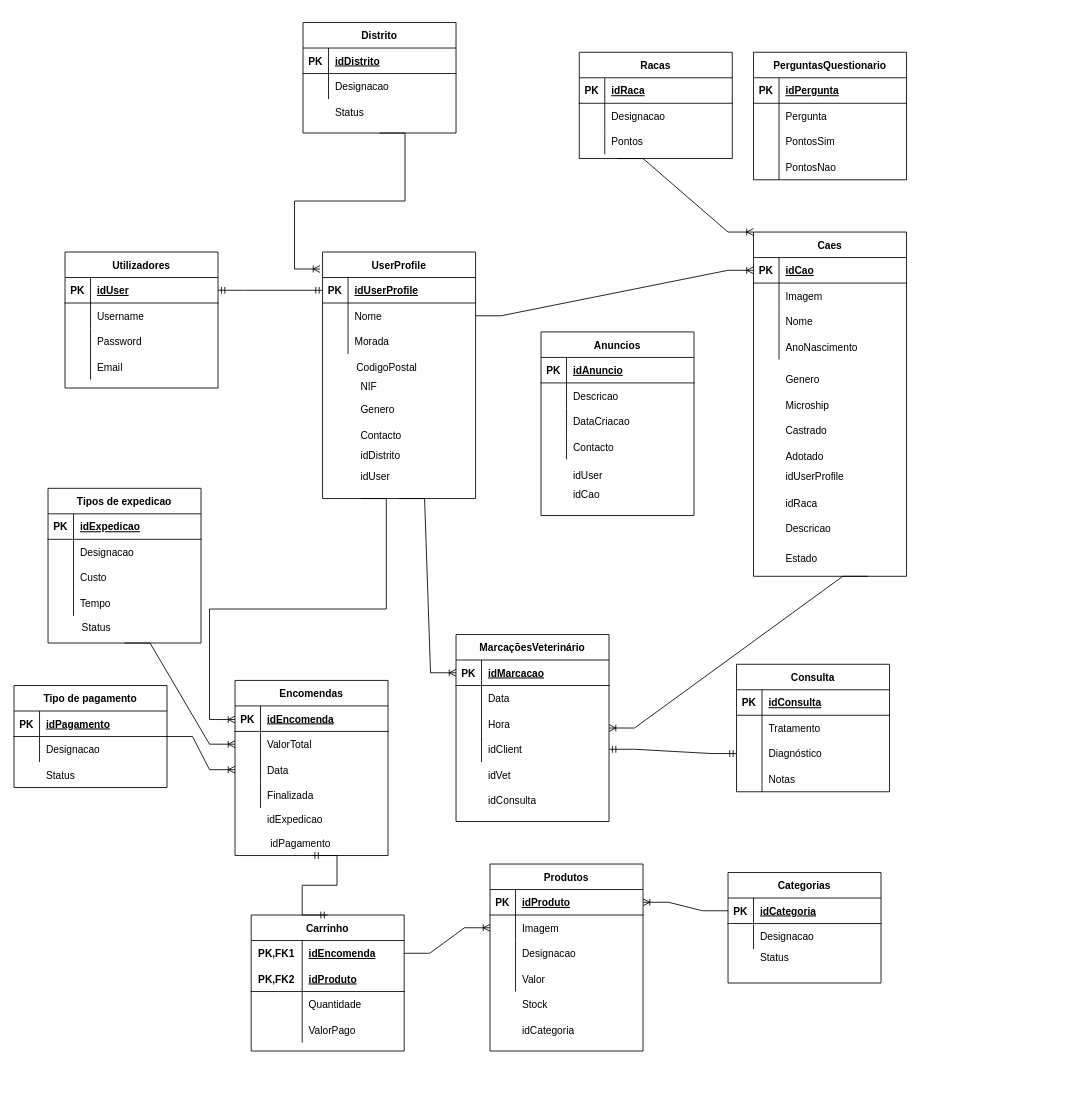
This is Diagramas/Diagrama de classes.drawio from 2201120/Projeto-SI, a draw.io file, before an edit. Source tidied: cells renumbered, new cells numbered last; positions are measured from the earlier drawing's top-left corner, leaving out a move shared by most shapes. Both pictures are drawn from the tidied source at 85%, with x=0, y=0 at pixel (14, 22).
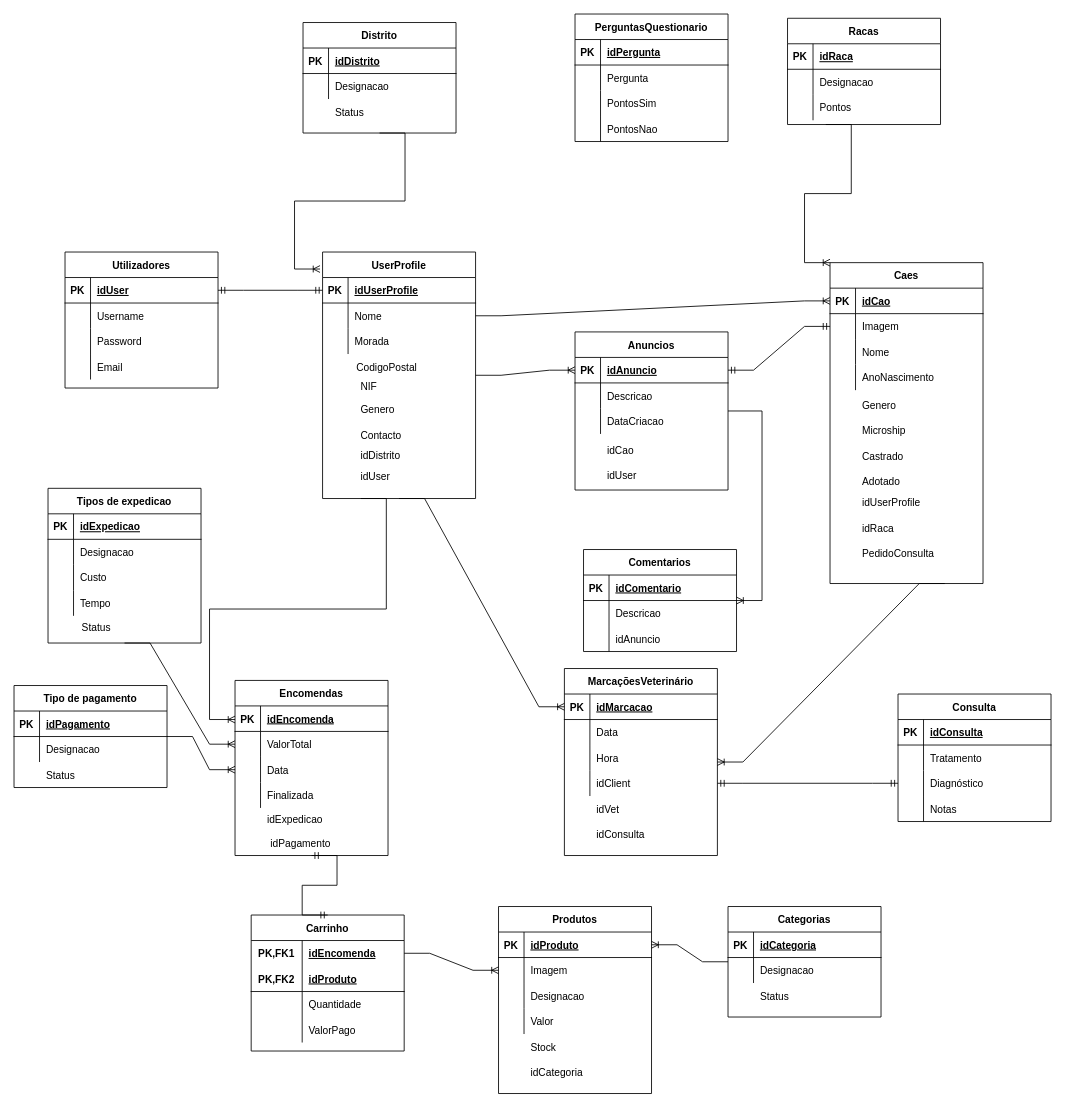
Above is the later version.

The change refers to these unchanged cells:
```xml
<mxCell id="15" value="UserProfile" style="shape=table;startSize=30;childLayout=tableLayout;rowLines=0;fontStyle=1;align=center;strokeWidth=1;perimeterSpacing=0;" parent="1" vertex="1">
  <mxGeometry x="363" y="270" width="180" height="290" as="geometry" />
</mxCell>
<mxCell id="37" style="shape=tableRow;horizontal=0;startSize=0;swimlaneHead=0;swimlaneBody=0;fillColor=none;points=[[0,0.5],[1,0.5]];portConstraint=eastwest;top=0;left=0;right=0;bottom=0;strokeWidth=1;" parent="33" vertex="1">
  <mxGeometry y="60" width="180" height="30" as="geometry" />
</mxCell>
<mxCell id="122" style="shape=tableRow;horizontal=0;startSize=0;swimlaneHead=0;swimlaneBody=0;fillColor=none;points=[[0,0.5],[1,0.5]];portConstraint=eastwest;top=0;left=0;right=0;bottom=1;" parent="121" vertex="1">
  <mxGeometry y="30" width="180" height="30" as="geometry" />
</mxCell>
<mxCell id="137" style="shape=tableRow;horizontal=0;startSize=0;swimlaneHead=0;swimlaneBody=0;fillColor=none;points=[[0,0.5],[1,0.5]];portConstraint=eastwest;top=0;left=0;right=0;bottom=1;" parent="136" vertex="1">
  <mxGeometry y="30" width="180" height="30" as="geometry" />
</mxCell>
<mxCell id="216" style="shape=tableRow;horizontal=0;startSize=0;swimlaneHead=0;swimlaneBody=0;fillColor=none;points=[[0,0.5],[1,0.5]];portConstraint=eastwest;top=0;left=0;right=0;bottom=1;" parent="215" vertex="1">
  <mxGeometry y="30" width="180" height="30" as="geometry" />
</mxCell>
```

What changed in the source:
```diff
@@
     <mxCell id="33" value="Caes" style="shape=table;startSize=30;childLayout=tableLayout;rowLines=0;fontStyle=1;align=center;strokeWidth=1;" parent="1" vertex="1">
-      <mxGeometry x="870" y="246.5" width="180" height="405" as="geometry" />
+      <mxGeometry x="960" y="282.5" width="180" height="377.5" as="geometry" />
     </mxCell>
@@
     <mxCell id="46" style="shape=tableRow;horizontal=0;startSize=0;swimlaneHead=0;swimlaneBody=0;fillColor=none;top=0;left=0;right=0;bottom=0;strokeWidth=1;" parent="1" vertex="1">
-      <mxGeometry x="870" y="405" width="180" height="30" as="geometry" />
+      <mxGeometry x="960" y="435" width="180" height="30" as="geometry" />
     </mxCell>
@@
     <mxCell id="48" value="idRaca" style="shape=partialRectangle;fillColor=none;top=0;left=0;bottom=0;right=0;align=left;spacingLeft=6;overflow=hidden;strokeWidth=1;" parent="1" vertex="1">
-      <mxGeometry x="900" y="550" width="150" height="30" as="geometry" />
+      <mxGeometry x="990" y="580" width="150" height="30" as="geometry" />
     </mxCell>
     <mxCell id="49" value="idUserProfile" style="shape=partialRectangle;fillColor=none;top=0;left=0;bottom=0;right=0;align=left;spacingLeft=6;overflow=hidden;strokeWidth=1;" parent="1" vertex="1">
-      <mxGeometry x="900" y="519" width="150" height="30" as="geometry" />
+      <mxGeometry x="990" y="549" width="150" height="30" as="geometry" />
     </mxCell>
     <mxCell id="50" style="shape=tableRow;horizontal=0;startSize=0;swimlaneHead=0;swimlaneBody=0;fillColor=none;top=0;left=0;right=0;bottom=0;strokeWidth=1;" parent="1" vertex="1">
-      <mxGeometry x="870" y="549" width="180" height="30" as="geometry" />
+      <mxGeometry x="960" y="579" width="180" height="30" as="geometry" />
     </mxCell>
@@
     <mxCell id="52" value="Genero" style="shape=partialRectangle;fillColor=none;top=0;left=0;bottom=0;right=0;align=left;spacingLeft=6;overflow=hidden;strokeWidth=1;" parent="1" vertex="1">
-      <mxGeometry x="900" y="405" width="150" height="30" as="geometry" />
+      <mxGeometry x="990" y="435" width="150" height="30" as="geometry" />
     </mxCell>
     <mxCell id="53" value="MarcaçõesVeterinário" style="shape=table;startSize=30;childLayout=tableLayout;rowLines=0;fontStyle=1;align=center;strokeWidth=1;" parent="1" vertex="1">
-      <mxGeometry x="520" y="720" width="180" height="220" as="geometry" />
+      <mxGeometry x="647.5" y="760" width="180" height="220" as="geometry" />
     </mxCell>
@@
     <mxCell id="66" style="shape=tableRow;horizontal=0;startSize=0;swimlaneHead=0;swimlaneBody=0;fillColor=none;top=0;left=0;right=0;bottom=0;strokeWidth=1;" parent="1" vertex="1">
-      <mxGeometry x="575" y="780" width="180" height="30" as="geometry" />
+      <mxGeometry x="702.5" y="820" width="180" height="30" as="geometry" />
     </mxCell>
@@
     <mxCell id="68" value="Racas" style="shape=table;startSize=30;childLayout=tableLayout;rowLines=0;fontStyle=1;align=center;strokeWidth=1;" parent="1" vertex="1">
-      <mxGeometry x="665" y="35" width="180" height="125" as="geometry" />
+      <mxGeometry x="910" y="-5" width="180" height="125" as="geometry" />
     </mxCell>
@@
     <mxCell id="78" value="Microship" style="shape=partialRectangle;fillColor=none;top=0;left=0;bottom=0;right=0;align=left;spacingLeft=6;overflow=hidden;strokeWidth=1;" parent="1" vertex="1">
-      <mxGeometry x="900" y="435" width="150" height="30" as="geometry" />
+      <mxGeometry x="990" y="465" width="150" height="30" as="geometry" />
     </mxCell>
     <mxCell id="79" value="Castrado" style="shape=partialRectangle;fillColor=none;top=0;left=0;bottom=0;right=0;align=left;spacingLeft=6;overflow=hidden;strokeWidth=1;" parent="1" vertex="1">
-      <mxGeometry x="900" y="465" width="150" height="30" as="geometry" />
+      <mxGeometry x="990" y="495" width="150" height="30" as="geometry" />
     </mxCell>
     <mxCell id="80" value="Adotado" style="shape=partialRectangle;fillColor=none;top=0;left=0;bottom=0;right=0;align=left;spacingLeft=6;overflow=hidden;strokeWidth=1;" parent="1" vertex="1">
-      <mxGeometry x="900" y="495" width="150" height="30" as="geometry" />
+      <mxGeometry x="990" y="525" width="150" height="30" as="geometry" />
     </mxCell>
@@
     <mxCell id="121" value="Produtos" style="shape=table;startSize=30;childLayout=tableLayout;rowLines=0;fontStyle=1;align=center;" parent="1" vertex="1">
-      <mxGeometry x="560" y="990" width="180" height="220" as="geometry" />
+      <mxGeometry x="570" y="1040" width="180" height="220" as="geometry" />
     </mxCell>
@@
     <mxCell id="134" value="Stock" style="shape=partialRectangle;fillColor=none;top=0;left=0;bottom=0;right=0;align=left;spacingLeft=6;overflow=hidden;" parent="1" vertex="1">
-      <mxGeometry x="590" y="1140" width="150" height="30" as="geometry" />
+      <mxGeometry x="600" y="1190" width="150" height="30" as="geometry" />
     </mxCell>
     <mxCell id="135" value="idCategoria" style="shape=partialRectangle;fillColor=none;top=0;left=0;bottom=0;right=0;align=left;spacingLeft=6;overflow=hidden;" parent="1" vertex="1">
-      <mxGeometry x="590" y="1170" width="150" height="30" as="geometry" />
+      <mxGeometry x="600" y="1220" width="150" height="30" as="geometry" />
     </mxCell>
     <mxCell id="136" value="Categorias" style="shape=table;startSize=30;childLayout=tableLayout;rowLines=0;fontStyle=1;align=center;" parent="1" vertex="1">
-      <mxGeometry x="840" y="1000" width="180" height="130" as="geometry" />
+      <mxGeometry x="840" y="1040" width="180" height="130" as="geometry" />
     </mxCell>
@@
-    <mxCell id="152" value="Descricao" style="shape=partialRectangle;fillColor=none;top=0;left=0;bottom=0;right=0;align=left;spacingLeft=6;overflow=hidden;strokeWidth=1;" parent="1" vertex="1">
-      <mxGeometry x="900" y="580" width="150" height="30" as="geometry" />
-    </mxCell>
-    <mxCell id="153" value="Estado" style="shape=partialRectangle;fillColor=none;top=0;left=0;bottom=0;right=0;align=left;spacingLeft=6;overflow=hidden;strokeWidth=1;" parent="1" vertex="1">
-      <mxGeometry x="900" y="615" width="150" height="30" as="geometry" />
+    <mxCell id="153" value="PedidoConsulta" style="shape=partialRectangle;fillColor=none;top=0;left=0;bottom=0;right=0;align=left;spacingLeft=6;overflow=hidden;strokeWidth=1;" parent="1" vertex="1">
+      <mxGeometry x="990" y="609" width="150" height="30" as="geometry" />
     </mxCell>
@@
     <mxCell id="158" value="idConsulta" style="shape=partialRectangle;fillColor=none;top=0;left=0;bottom=0;right=0;align=left;spacingLeft=6;overflow=hidden;strokeWidth=1;" parent="1" vertex="1">
-      <mxGeometry x="550" y="900" width="150" height="30" as="geometry" />
+      <mxGeometry x="677.5" y="940" width="150" height="30" as="geometry" />
     </mxCell>
@@
-    <mxCell id="165" style="edgeStyle=entityRelationEdgeStyle;fontSize=12;html=1;endArrow=ERoneToMany;rounded=0;entryX=1;entryY=0.5;entryDx=0;entryDy=0;exitX=0;exitY=0.5;exitDx=0;exitDy=0;" parent="1" edge="1" source="137" target="122">
+    <mxCell id="165" style="edgeStyle=entityRelationEdgeStyle;fontSize=12;html=1;endArrow=ERoneToMany;rounded=0;entryX=1;entryY=0.5;entryDx=0;entryDy=0;" parent="1" edge="1" source="136" target="122">
       <mxGeometry relative="1" as="geometry" />
     </mxCell>
@@
     <mxCell id="182" value="PerguntasQuestionario" style="shape=table;startSize=30;childLayout=tableLayout;rowLines=0;fontStyle=1;align=center;" parent="1" vertex="1">
-      <mxGeometry x="870" y="35" width="180" height="150" as="geometry" />
+      <mxGeometry x="660" y="-10" width="180" height="150" as="geometry" />
     </mxCell>
@@
     <mxCell id="195" value="Consulta" style="shape=table;startSize=30;childLayout=tableLayout;rowLines=0;fontStyle=1;align=center;" parent="1" vertex="1">
-      <mxGeometry x="850" y="755" width="180" height="150" as="geometry" />
+      <mxGeometry x="1040" y="790" width="180" height="150" as="geometry" />
     </mxCell>
@@
     <mxCell id="208" value="Status" style="shape=partialRectangle;fillColor=none;top=0;left=0;bottom=0;right=0;align=left;spacingLeft=6;overflow=hidden;" parent="1" vertex="1">
-      <mxGeometry x="870" y="1085" width="150" height="30" as="geometry" />
+      <mxGeometry x="870" y="1130" width="150" height="30" as="geometry" />
     </mxCell>
@@
     <mxCell id="210" value="idVet" style="shape=partialRectangle;fillColor=none;top=0;left=0;bottom=0;right=0;align=left;spacingLeft=6;overflow=hidden;strokeWidth=1;" parent="1" vertex="1">
-      <mxGeometry x="550" y="870" width="150" height="30" as="geometry" />
+      <mxGeometry x="677.5" y="910" width="150" height="30" as="geometry" />
     </mxCell>
@@
     <mxCell id="215" value="Anuncios" style="shape=table;startSize=30;childLayout=tableLayout;rowLines=0;fontStyle=1;align=center;" parent="1" vertex="1">
-      <mxGeometry x="620" y="364" width="180" height="216" as="geometry" />
+      <mxGeometry x="660" y="364" width="180" height="186" as="geometry" />
     </mxCell>
@@
-    <mxCell id="225" style="shape=tableRow;horizontal=0;startSize=0;swimlaneHead=0;swimlaneBody=0;fillColor=none;top=0;left=0;right=0;bottom=0;" parent="215" vertex="1">
-      <mxGeometry y="120" width="180" height="30" as="geometry" />
-    </mxCell>
-    <mxCell id="226" style="shape=partialRectangle;fillColor=none;top=0;left=0;bottom=0;right=0;overflow=hidden;" parent="225" vertex="1">
-      <mxGeometry width="30" height="30" as="geometry" />
-    </mxCell>
-    <mxCell id="227" value="Contacto" style="shape=partialRectangle;fillColor=none;top=0;left=0;bottom=0;right=0;align=left;spacingLeft=6;overflow=hidden;" parent="225" vertex="1">
-      <mxGeometry x="30" width="150" height="30" as="geometry" />
-    </mxCell>
     <mxCell id="228" style="shape=tableRow;horizontal=0;startSize=0;swimlaneHead=0;swimlaneBody=0;fillColor=none;top=0;left=0;right=0;bottom=0;" parent="1" vertex="1">
-      <mxGeometry x="630" y="504" width="180" height="30" as="geometry" />
+      <mxGeometry x="670" y="504" width="180" height="30" as="geometry" />
     </mxCell>
@@
     <mxCell id="230" value="idCao" style="shape=partialRectangle;fillColor=none;top=0;left=0;bottom=0;right=0;align=left;spacingLeft=6;overflow=hidden;" parent="1" vertex="1">
-      <mxGeometry x="650" y="540" width="150" height="30" as="geometry" />
+      <mxGeometry x="690" y="488" width="150" height="30" as="geometry" />
     </mxCell>
     <mxCell id="231" value="idUser" style="shape=partialRectangle;fillColor=none;top=0;left=0;bottom=0;right=0;align=left;spacingLeft=6;overflow=hidden;" parent="1" vertex="1">
-      <mxGeometry x="650" y="518" width="150" height="30" as="geometry" />
+      <mxGeometry x="690" y="518" width="150" height="30" as="geometry" />
     </mxCell>
+    <mxCell id="232" style="edgeStyle=entityRelationEdgeStyle;fontSize=12;html=1;endArrow=ERoneToMany;rounded=0;exitX=1;exitY=0.5;exitDx=0;exitDy=0;entryX=0;entryY=0.5;entryDx=0;entryDy=0;" parent="1" edge="1" source="15" target="216">
+      <mxGeometry relative="1" as="geometry" />
+    </mxCell>
+    <mxCell id="233" style="edgeStyle=entityRelationEdgeStyle;fontSize=12;html=1;endArrow=ERmandOne;startArrow=ERmandOne;rounded=0;exitX=1;exitY=0.5;exitDx=0;exitDy=0;entryX=0;entryY=0.5;entryDx=0;entryDy=0;" parent="1" edge="1" source="216" target="37">
+      <mxGeometry relative="1" as="geometry" />
+    </mxCell>
+    <mxCell id="234" value="Comentarios" style="shape=table;startSize=30;childLayout=tableLayout;rowLines=0;fontStyle=1;align=center;" parent="1" vertex="1">
+      <mxGeometry x="670" y="620" width="180" height="120" as="geometry" />
+    </mxCell>
+    <mxCell id="235" style="shape=tableRow;horizontal=0;startSize=0;swimlaneHead=0;swimlaneBody=0;fillColor=none;top=0;left=0;right=0;bottom=1;" parent="234" vertex="1">
+      <mxGeometry y="30" width="180" height="30" as="geometry" />
+    </mxCell>
+    <mxCell id="236" value="PK" style="shape=partialRectangle;fillColor=none;top=0;left=0;bottom=0;right=0;fontStyle=1;overflow=hidden;" parent="235" vertex="1">
+      <mxGeometry width="30" height="30" as="geometry" />
+    </mxCell>
+    <mxCell id="237" value="idComentario" style="shape=partialRectangle;fillColor=none;top=0;left=0;bottom=0;right=0;align=left;spacingLeft=6;fontStyle=5;overflow=hidden;" parent="235" vertex="1">
+      <mxGeometry x="30" width="150" height="30" as="geometry" />
+    </mxCell>
+    <mxCell id="238" style="shape=tableRow;horizontal=0;startSize=0;swimlaneHead=0;swimlaneBody=0;fillColor=none;top=0;left=0;right=0;bottom=0;" parent="234" vertex="1">
+      <mxGeometry y="60" width="180" height="30" as="geometry" />
+    </mxCell>
+    <mxCell id="239" style="shape=partialRectangle;fillColor=none;top=0;left=0;bottom=0;right=0;overflow=hidden;" parent="238" vertex="1">
+      <mxGeometry width="30" height="30" as="geometry" />
+    </mxCell>
+    <mxCell id="152" value="Descricao" style="shape=partialRectangle;fillColor=none;top=0;left=0;bottom=0;right=0;align=left;spacingLeft=6;overflow=hidden;" parent="238" vertex="1">
+      <mxGeometry x="30" width="150" height="30" as="geometry" />
+    </mxCell>
+    <mxCell id="240" style="shape=tableRow;horizontal=0;startSize=0;swimlaneHead=0;swimlaneBody=0;fillColor=none;top=0;left=0;right=0;bottom=0;" parent="234" vertex="1">
+      <mxGeometry y="90" width="180" height="30" as="geometry" />
+    </mxCell>
+    <mxCell id="241" style="shape=partialRectangle;fillColor=none;top=0;left=0;bottom=0;right=0;overflow=hidden;" parent="240" vertex="1">
+      <mxGeometry width="30" height="30" as="geometry" />
+    </mxCell>
+    <mxCell id="242" value="idAnuncio" style="shape=partialRectangle;fillColor=none;top=0;left=0;bottom=0;right=0;align=left;spacingLeft=6;overflow=hidden;" parent="240" vertex="1">
+      <mxGeometry x="30" width="150" height="30" as="geometry" />
+    </mxCell>
+    <mxCell id="243" style="edgeStyle=entityRelationEdgeStyle;fontSize=12;html=1;endArrow=ERoneToMany;rounded=0;" parent="1" edge="1" source="215" target="234">
+      <mxGeometry relative="1" as="geometry" />
+    </mxCell>
```
